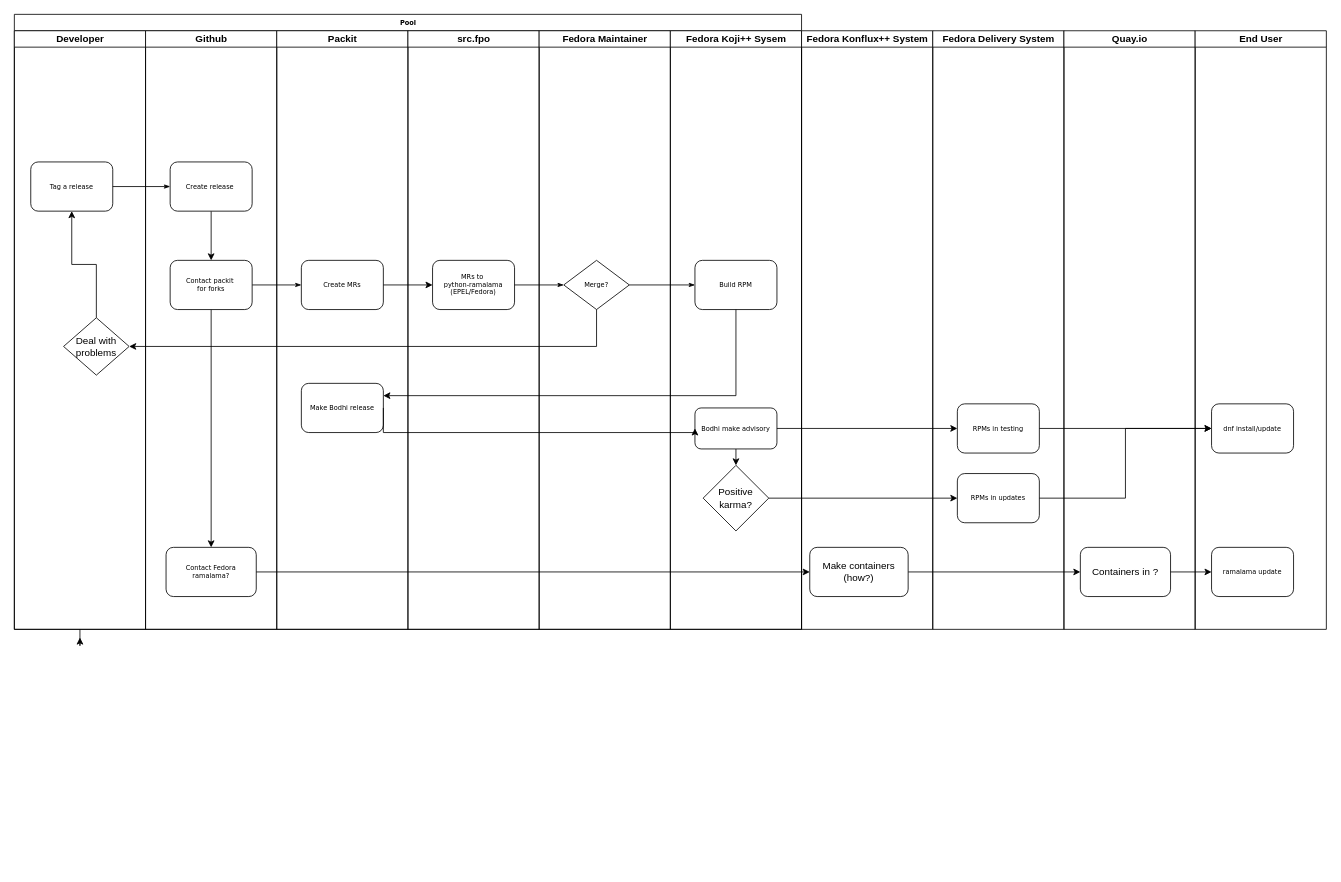
smooge/drawings keeps this draw.io diagram as Ramalama.drawio. Above is the earlier version. Source tidied: cells renumbered, new cells numbered last; positions are measured from the earlier drawing's top-left corner, leaving out a move shared by most shapes. Both pictures are drawn from the tidied source at 82%, with x=0, y=0 at pixel (14, 14).
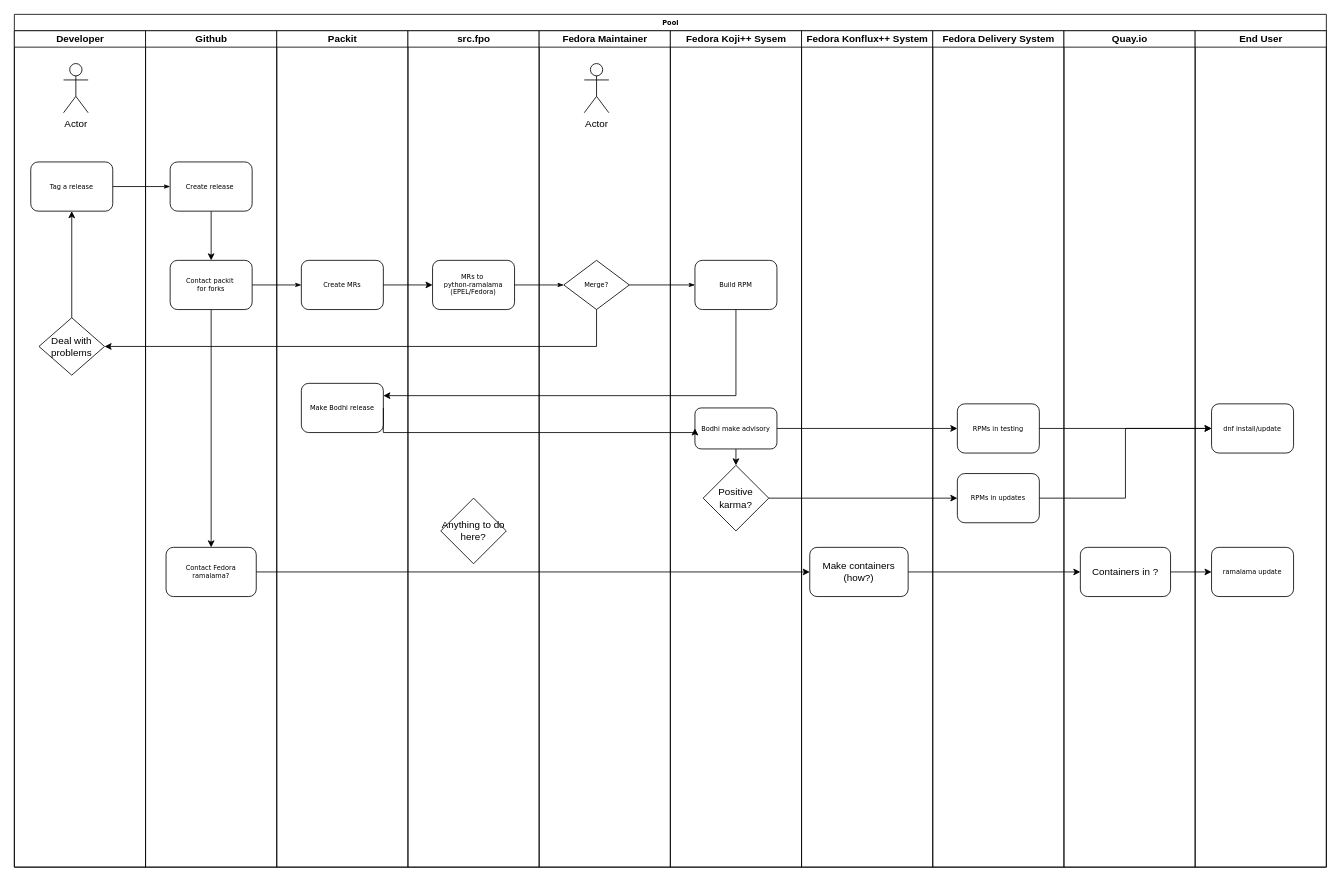
The same page after the edit.

Diff of the diagram source:
```diff
@@
     <mxCell id="2" value="Pool" style="swimlane;html=1;startSize=20;rounded=0;shadow=0;labelBackgroundColor=none;strokeWidth=1;fontFamily=Verdana;fontSize=8;align=center;" parent="1" vertex="1">
-      <mxGeometry width="960" height="750" as="geometry" />
+      <mxGeometry width="1600" height="1040" as="geometry" />
     </mxCell>
-    <mxCell id="3" style="edgeStyle=orthogonalEdgeStyle;rounded=0;jettySize=auto;html=1;" parent="2" edge="1" source="4">
-      <mxGeometry relative="1" as="geometry">
-        <mxPoint x="80" y="760" as="targetPoint" />
-      </mxGeometry>
-    </mxCell>
     <mxCell id="4" value="Developer" style="swimlane;html=1;startSize=20;" parent="2" vertex="1">
-      <mxGeometry y="20" width="160" height="730" as="geometry" />
+      <mxGeometry y="20" width="160" height="1020" as="geometry" />
     </mxCell>
@@
     <mxCell id="7" value="Deal with problems" style="rhombus;whiteSpace=wrap;html=1;" parent="4" vertex="1">
-      <mxGeometry x="60" y="350" width="80" height="70" as="geometry" />
+      <mxGeometry x="30" y="350" width="80" height="70" as="geometry" />
     </mxCell>
+    <mxCell id="51" value="Actor" style="shape=umlActor;verticalLabelPosition=bottom;verticalAlign=top;html=1;" parent="4" vertex="1">
+      <mxGeometry x="60" y="40" width="30" height="60" as="geometry" />
+    </mxCell>
@@
     <mxCell id="10" value="Github" style="swimlane;html=1;startSize=20;" parent="2" vertex="1">
-      <mxGeometry x="160" y="20" width="160" height="730" as="geometry" />
+      <mxGeometry x="160" y="20" width="160" height="1020" as="geometry" />
     </mxCell>
@@
     <mxCell id="16" value="Packit" style="swimlane;html=1;startSize=20;" parent="2" vertex="1">
-      <mxGeometry x="320" y="20" width="160" height="730" as="geometry" />
+      <mxGeometry x="320" y="20" width="160" height="1020" as="geometry" />
     </mxCell>
@@
     <mxCell id="19" value="src.fpo" style="swimlane;html=1;startSize=20;" parent="2" vertex="1">
-      <mxGeometry x="480" y="20" width="160" height="730" as="geometry" />
+      <mxGeometry x="480" y="20" width="160" height="1020" as="geometry" />
     </mxCell>
@@
+    <mxCell id="52" value="Anything to do here?" style="rhombus;whiteSpace=wrap;html=1;" parent="19" vertex="1">
+      <mxGeometry x="40" y="570" width="80" height="80" as="geometry" />
+    </mxCell>
     <mxCell id="21" value="Fedora Maintainer" style="swimlane;html=1;startSize=20;" parent="2" vertex="1">
-      <mxGeometry x="640" y="20" width="160" height="730" as="geometry" />
+      <mxGeometry x="640" y="20" width="160" height="1020" as="geometry" />
     </mxCell>
@@
+    <mxCell id="53" value="Actor" style="shape=umlActor;verticalLabelPosition=bottom;verticalAlign=top;html=1;" parent="21" vertex="1">
+      <mxGeometry x="55" y="40" width="30" height="60" as="geometry" />
+    </mxCell>
     <mxCell id="23" value="Fedora Koji++ Sysem" style="swimlane;html=1;startSize=20;" parent="2" vertex="1">
-      <mxGeometry x="800" y="20" width="160" height="730" as="geometry" />
+      <mxGeometry x="800" y="20" width="160" height="1020" as="geometry" />
     </mxCell>
@@
     <mxCell id="34" value="Fedora Konflux++ System" style="swimlane;html=1;startSize=20;" parent="1" vertex="1">
-      <mxGeometry x="960" y="20" width="160" height="730" as="geometry" />
+      <mxGeometry x="960" y="20" width="160" height="1020" as="geometry" />
     </mxCell>
     <mxCell id="35" value="Fedora Delivery System" style="swimlane;html=1;startSize=20;" parent="1" vertex="1">
-      <mxGeometry x="1120" y="20" width="160" height="730" as="geometry" />
+      <mxGeometry x="1120" y="20" width="160" height="1020" as="geometry" />
     </mxCell>
@@
     <mxCell id="38" value="Quay.io" style="swimlane;html=1;startSize=20;" parent="1" vertex="1">
-      <mxGeometry x="1280" y="20" width="160" height="730" as="geometry" />
+      <mxGeometry x="1280" y="20" width="160" height="1020" as="geometry" />
     </mxCell>
@@
     <mxCell id="40" value="End User" style="swimlane;html=1;startSize=20;" parent="1" vertex="1">
-      <mxGeometry x="1440" y="20" width="160" height="730" as="geometry" />
+      <mxGeometry x="1440" y="20" width="160" height="1020" as="geometry" />
     </mxCell>
```
